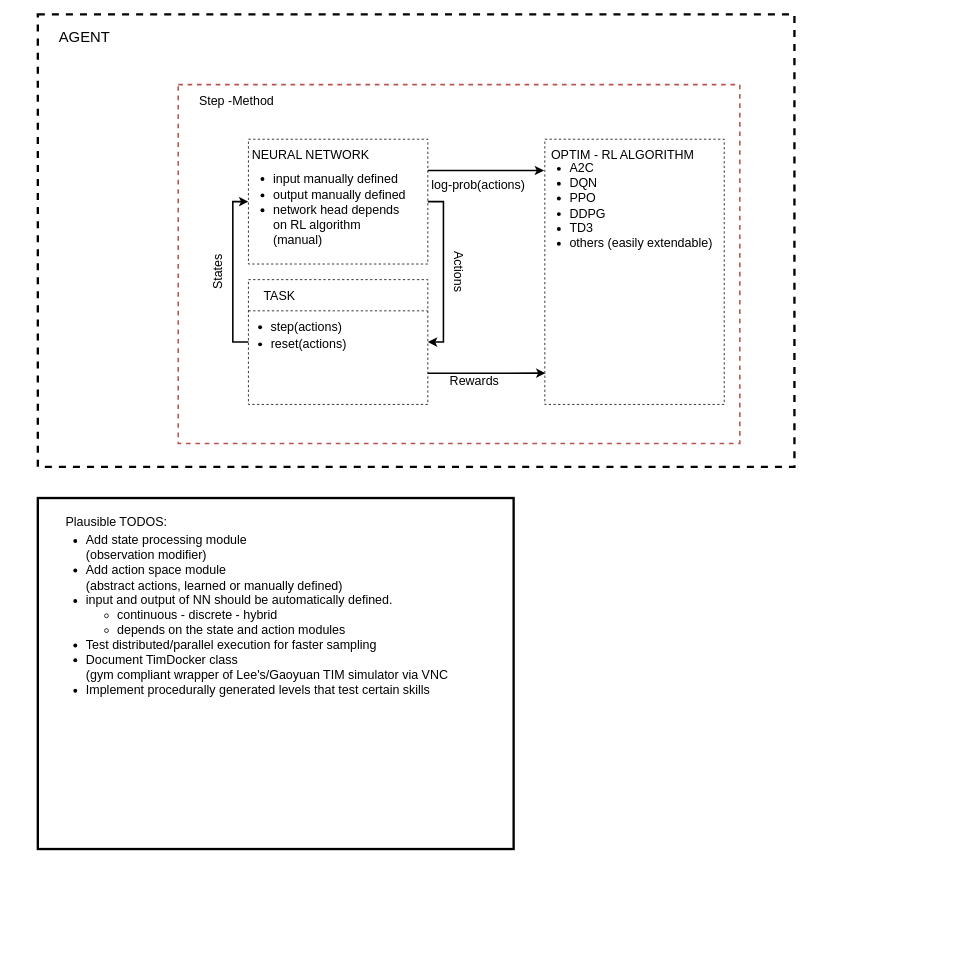
Earlier version of the draw.io diagram DeepRL-arch.drawio (aldopareja/figures). Source tidied: cells renumbered, new cells numbered last; positions are measured from the earlier drawing's top-left corner, leaving out a move shared by most shapes. Both pictures are drawn from the tidied source at 78%, with x=0, y=0 at pixel (37, 14).
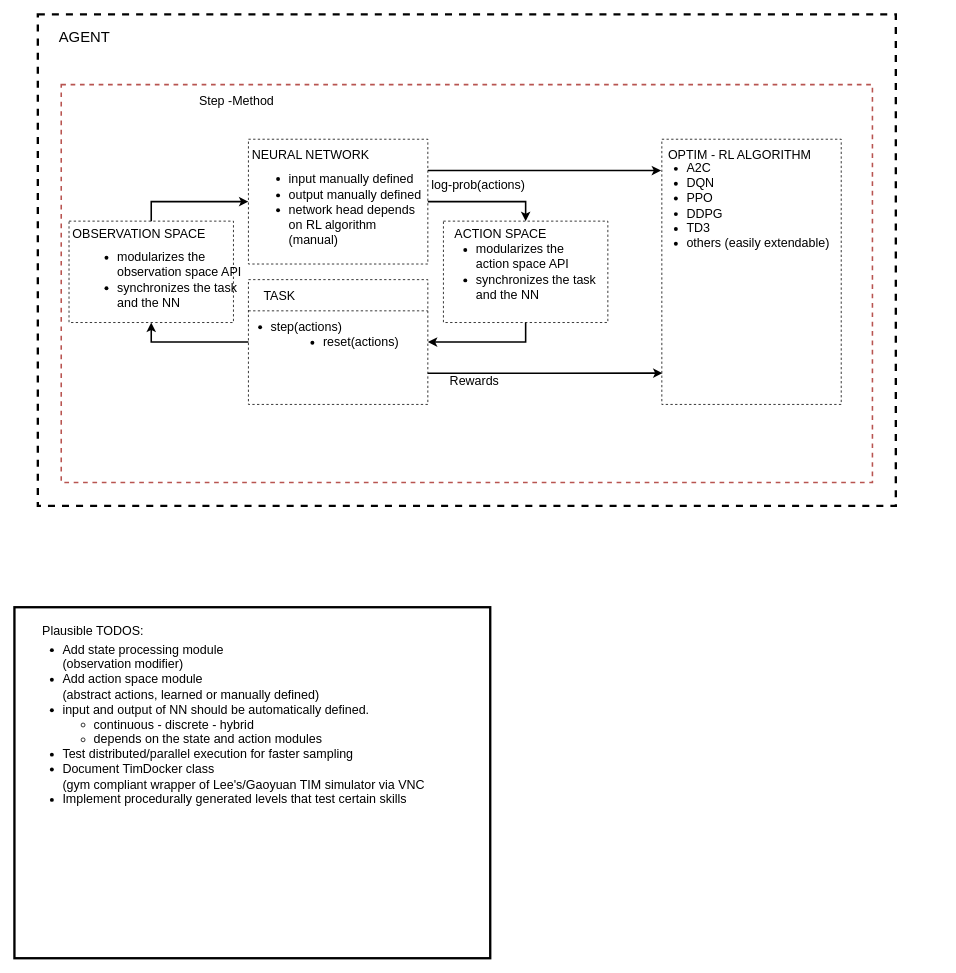
Above is the later version.

The change refers to these unchanged cells:
```xml
<mxCell id="7" style="group;" parent="3" vertex="1">
  <mxGeometry x="270" y="160" width="240" height="160" as="geometry" />
</mxCell>
<mxCell id="8" style="rounded=0;whiteSpace=wrap;html=1;dashed=1;fillColor=none;strokeWidth=1;" parent="7" vertex="1">
  <mxGeometry width="230" height="160" as="geometry" />
</mxCell>
<mxCell id="15" style="group;" parent="3" vertex="1">
  <mxGeometry x="270" y="340" width="230" height="160" as="geometry" />
</mxCell>
<mxCell id="16" style="rounded=0;whiteSpace=wrap;html=1;dashed=1;fillColor=none;strokeWidth=1;" parent="15" vertex="1">
  <mxGeometry width="230" height="160" as="geometry" />
</mxCell>
```

What changed in the source:
```diff
@@
-    <mxCell id="2" style="rounded=0;whiteSpace=wrap;html=1;strokeWidth=3;fillColor=none;fontSize=16;align=left;" parent="1" vertex="1">
-      <mxGeometry y="620" width="610" height="450" as="geometry" />
-    </mxCell>
     <mxCell id="3" style="group;" parent="1" vertex="1">
-      <mxGeometry width="1100" height="910" as="geometry" />
+      <mxGeometry width="1160" height="910" as="geometry" />
     </mxCell>
     <mxCell id="4" style="rounded=0;whiteSpace=wrap;html=1;dashed=1;fillColor=none;strokeWidth=3;" parent="3" vertex="1">
-      <mxGeometry width="970" height="580" as="geometry" />
+      <mxGeometry width="1100" height="630" as="geometry" />
     </mxCell>
     <mxCell id="5" style="rounded=0;whiteSpace=wrap;html=1;dashed=1;strokeWidth=2;fontSize=16;strokeColor=#b85450;fillColor=none;" parent="3" vertex="1">
-      <mxGeometry x="180" y="90" width="720" height="460" as="geometry" />
+      <mxGeometry x="30" y="90" width="1040" height="510" as="geometry" />
     </mxCell>
@@
-    <mxCell id="10" value="&lt;ul&gt;&lt;li&gt;input manually defined&lt;/li&gt;&lt;/ul&gt;" style="text;html=1;strokeColor=none;fillColor=none;align=left;verticalAlign=middle;whiteSpace=wrap;rounded=0;dashed=1;fontSize=16;" parent="7" vertex="1">
-      <mxGeometry x="-10" y="40" width="220" height="20" as="geometry" />
-    </mxCell>
-    <mxCell id="11" value="&lt;ul&gt;&lt;li&gt;output manually defined&lt;/li&gt;&lt;li&gt;network head depends on RL algorithm (manual)&lt;/li&gt;&lt;/ul&gt;" style="text;html=1;strokeColor=none;fillColor=none;align=left;verticalAlign=middle;whiteSpace=wrap;rounded=0;dashed=1;fontSize=16;" parent="7" vertex="1">
-      <mxGeometry x="-10" y="90" width="220" height="20" as="geometry" />
-    </mxCell>
@@
-    <mxCell id="13" value="Actions" style="text;html=1;strokeColor=none;fillColor=none;align=center;verticalAlign=middle;whiteSpace=wrap;rounded=0;dashed=1;fontSize=16;rotation=90;" parent="3" vertex="1">
-      <mxGeometry x="520" y="320" width="40" height="20" as="geometry" />
-    </mxCell>
-    <mxCell id="14" value="States" style="text;html=1;strokeColor=none;fillColor=none;align=center;verticalAlign=middle;whiteSpace=wrap;rounded=0;dashed=1;fontSize=16;rotation=-90;" parent="3" vertex="1">
-      <mxGeometry x="210" y="320" width="40" height="20" as="geometry" />
-    </mxCell>
@@
     <mxCell id="20" value="&lt;ul&gt;&lt;li&gt;reset(actions)&lt;/li&gt;&lt;/ul&gt;" style="text;html=1;strokeColor=none;fillColor=none;align=center;verticalAlign=middle;whiteSpace=wrap;rounded=0;dashed=1;fontSize=16;" parent="15" vertex="1">
-      <mxGeometry x="-17" y="72" width="149" height="20" as="geometry" />
+      <mxGeometry x="50" y="70" width="149" height="20" as="geometry" />
     </mxCell>
-    <mxCell id="21" style="edgeStyle=orthogonalEdgeStyle;rounded=0;jettySize=auto;html=1;exitX=1;exitY=0.5;exitDx=0;exitDy=0;entryX=1;entryY=0.5;entryDx=0;entryDy=0;strokeWidth=2;fontSize=16;" parent="3" edge="1" source="8" target="16">
-      <mxGeometry relative="1" as="geometry" />
-    </mxCell>
-    <mxCell id="22" style="edgeStyle=orthogonalEdgeStyle;rounded=0;jettySize=auto;html=1;exitX=0;exitY=0.5;exitDx=0;exitDy=0;entryX=0;entryY=0.5;entryDx=0;entryDy=0;strokeWidth=2;fontSize=16;" parent="3" edge="1" source="16" target="8">
-      <mxGeometry relative="1" as="geometry" />
-    </mxCell>
@@
     <mxCell id="27" style="group;" parent="3" vertex="1">
-      <mxGeometry x="650" y="160" width="240" height="340" as="geometry" />
+      <mxGeometry x="800" y="160" width="240" height="340" as="geometry" />
     </mxCell>
@@
+    <mxCell id="33" style="edgeStyle=orthogonalEdgeStyle;rounded=0;jettySize=auto;html=1;exitX=1;exitY=0.5;exitDx=0;exitDy=0;entryX=0.5;entryY=0;entryDx=0;entryDy=0;strokeWidth=2;" parent="3" edge="1" source="8" target="42">
+      <mxGeometry relative="1" as="geometry" />
+    </mxCell>
+    <mxCell id="34" style="edgeStyle=orthogonalEdgeStyle;rounded=0;jettySize=auto;html=1;exitX=0.5;exitY=1;exitDx=0;exitDy=0;entryX=1;entryY=0.5;entryDx=0;entryDy=0;strokeWidth=2;" parent="3" edge="1" source="42" target="16">
+      <mxGeometry relative="1" as="geometry" />
+    </mxCell>
+    <mxCell id="35" style="group;" parent="3" vertex="1">
+      <mxGeometry x="40" y="265" width="220" height="130" as="geometry" />
+    </mxCell>
+    <mxCell id="36" style="rounded=0;whiteSpace=wrap;html=1;dashed=1;fillColor=none;strokeWidth=1;" parent="35" vertex="1">
+      <mxGeometry width="210.8" height="130" as="geometry" />
+    </mxCell>
+    <mxCell id="37" value="OBSERVATION SPACE" style="text;html=1;strokeColor=none;fillColor=none;align=center;verticalAlign=middle;whiteSpace=wrap;rounded=0;dashed=1;fontSize=16;" parent="35" vertex="1">
+      <mxGeometry y="8.1" width="180" height="16.2" as="geometry" />
+    </mxCell>
+    <mxCell id="38" value="&lt;div&gt;&lt;br&gt;&lt;/div&gt;" style="text;html=1;strokeColor=none;fillColor=none;align=left;verticalAlign=middle;whiteSpace=wrap;rounded=0;dashed=1;fontSize=16;" parent="35" vertex="1">
+      <mxGeometry x="-9.2" y="73.1" width="201.7" height="16.2" as="geometry" />
+    </mxCell>
+    <mxCell id="39" style="edgeStyle=orthogonalEdgeStyle;rounded=0;jettySize=auto;html=1;exitX=0;exitY=0.5;exitDx=0;exitDy=0;entryX=0.5;entryY=1;entryDx=0;entryDy=0;strokeWidth=2;" parent="3" edge="1" source="16" target="36">
+      <mxGeometry relative="1" as="geometry" />
+    </mxCell>
+    <mxCell id="40" style="edgeStyle=orthogonalEdgeStyle;rounded=0;jettySize=auto;html=1;exitX=0.5;exitY=0;exitDx=0;exitDy=0;entryX=0;entryY=0.5;entryDx=0;entryDy=0;strokeWidth=2;" parent="3" edge="1" source="36" target="8">
+      <mxGeometry relative="1" as="geometry" />
+    </mxCell>
+    <mxCell id="41" style="group;" parent="3" vertex="1">
+      <mxGeometry x="520" y="265" width="220" height="130" as="geometry" />
+    </mxCell>
+    <mxCell id="42" style="rounded=0;whiteSpace=wrap;html=1;dashed=1;fillColor=none;strokeWidth=1;" parent="41" vertex="1">
+      <mxGeometry width="210.8" height="130" as="geometry" />
+    </mxCell>
+    <mxCell id="43" value="ACTION SPACE" style="text;html=1;strokeColor=none;fillColor=none;align=center;verticalAlign=middle;whiteSpace=wrap;rounded=0;dashed=1;fontSize=16;" parent="41" vertex="1">
+      <mxGeometry y="8.1" width="146.7" height="16.2" as="geometry" />
+    </mxCell>
+    <mxCell id="44" value="&lt;div&gt;&lt;br&gt;&lt;/div&gt;" style="text;html=1;strokeColor=none;fillColor=none;align=left;verticalAlign=middle;whiteSpace=wrap;rounded=0;dashed=1;fontSize=16;" parent="41" vertex="1">
+      <mxGeometry x="-9.2" y="73.1" width="201.7" height="16.2" as="geometry" />
+    </mxCell>
+    <mxCell id="45" value="&lt;ul&gt;&lt;li&gt;modularizes the action space API&lt;/li&gt;&lt;li&gt;synchronizes the task and the NN&lt;/li&gt;&lt;/ul&gt;" style="text;html=1;strokeColor=none;fillColor=none;align=left;verticalAlign=middle;whiteSpace=wrap;rounded=0;dashed=1;fontSize=16;" parent="41" vertex="1">
+      <mxGeometry y="56.9" width="201.7" height="16.2" as="geometry" />
+    </mxCell>
+    <mxCell id="46" style="group;" parent="1" vertex="1">
+      <mxGeometry x="-30" y="760" width="610" height="450" as="geometry" />
+    </mxCell>
+    <mxCell id="2" style="rounded=0;whiteSpace=wrap;html=1;strokeWidth=3;fillColor=none;fontSize=16;align=left;" parent="46" vertex="1">
+      <mxGeometry width="610" height="450" as="geometry" />
+    </mxCell>
-    <mxCell id="31" value="&lt;ul&gt;&lt;li&gt;&lt;span&gt;Add state processing module &lt;br&gt;(observation modifier)&lt;br&gt;&lt;/span&gt;&lt;/li&gt;&lt;li&gt;&lt;span&gt;Add action space module&lt;br&gt;(abstract actions, learned or manually defined)&lt;/span&gt;&lt;/li&gt;&lt;li&gt;&lt;span&gt;input and output of NN should be automatically defined.&lt;/span&gt;&lt;/li&gt;&lt;ul&gt;&lt;li&gt;continuous - discrete - hybrid&lt;/li&gt;&lt;li&gt;depends on the state and action modules&lt;/li&gt;&lt;/ul&gt;&lt;li&gt;Test distributed/parallel execution for faster sampling&lt;/li&gt;&lt;li&gt;Document TimDocker class &lt;br&gt;(gym compliant wrapper of Lee's/Gaoyuan TIM simulator via VNC&lt;/li&gt;&lt;li&gt;Implement procedurally generated levels that test certain skills&lt;/li&gt;&lt;/ul&gt;" style="text;html=1;strokeColor=none;fillColor=none;align=left;verticalAlign=middle;whiteSpace=wrap;rounded=0;fontSize=16;" parent="1" vertex="1">
-      <mxGeometry x="20" y="760" width="530" height="20" as="geometry" />
+    <mxCell id="31" value="&lt;ul&gt;&lt;li&gt;&lt;span&gt;Add state processing module &lt;br&gt;(observation modifier)&lt;br&gt;&lt;/span&gt;&lt;/li&gt;&lt;li&gt;&lt;span&gt;Add action space module&lt;br&gt;(abstract actions, learned or manually defined)&lt;/span&gt;&lt;/li&gt;&lt;li&gt;&lt;span&gt;input and output of NN should be automatically defined.&lt;/span&gt;&lt;/li&gt;&lt;ul&gt;&lt;li&gt;continuous - discrete - hybrid&lt;/li&gt;&lt;li&gt;depends on the state and action modules&lt;/li&gt;&lt;/ul&gt;&lt;li&gt;Test distributed/parallel execution for faster sampling&lt;/li&gt;&lt;li&gt;Document TimDocker class &lt;br&gt;(gym compliant wrapper of Lee's/Gaoyuan TIM simulator via VNC&lt;/li&gt;&lt;li&gt;Implement procedurally generated levels that test certain skills&lt;/li&gt;&lt;/ul&gt;" style="text;html=1;strokeColor=none;fillColor=none;align=left;verticalAlign=middle;whiteSpace=wrap;rounded=0;fontSize=16;" parent="46" vertex="1">
+      <mxGeometry x="20" y="140" width="530" height="20" as="geometry" />
     </mxCell>
-    <mxCell id="32" value="Plausible TODOS:" style="text;html=1;strokeColor=none;fillColor=none;align=center;verticalAlign=middle;whiteSpace=wrap;rounded=0;fontSize=16;" parent="1" vertex="1">
-      <mxGeometry x="31" y="640" width="140" height="20" as="geometry" />
+    <mxCell id="32" value="Plausible TODOS:" style="text;html=1;strokeColor=none;fillColor=none;align=center;verticalAlign=middle;whiteSpace=wrap;rounded=0;fontSize=16;" parent="46" vertex="1">
+      <mxGeometry x="31" y="20" width="140" height="20" as="geometry" />
     </mxCell>
+    <mxCell id="47" value="&lt;ul&gt;&lt;li&gt;modularizes the observation space API&lt;/li&gt;&lt;li&gt;synchronizes the task and the NN&lt;/li&gt;&lt;/ul&gt;" style="text;html=1;strokeColor=none;fillColor=none;align=left;verticalAlign=middle;whiteSpace=wrap;rounded=0;dashed=1;fontSize=16;" parent="1" vertex="1">
+      <mxGeometry x="60" y="332" width="201.7" height="16.2" as="geometry" />
+    </mxCell>
+    <mxCell id="10" value="&lt;ul&gt;&lt;li&gt;input manually defined&lt;/li&gt;&lt;/ul&gt;" style="text;html=1;strokeColor=none;fillColor=none;align=left;verticalAlign=middle;whiteSpace=wrap;rounded=0;dashed=1;fontSize=16;" parent="1" vertex="1">
+      <mxGeometry x="280" y="200" width="220" height="20" as="geometry" />
+    </mxCell>
+    <mxCell id="11" value="&lt;ul&gt;&lt;li&gt;output manually defined&lt;/li&gt;&lt;li&gt;network head depends on RL algorithm (manual)&lt;/li&gt;&lt;/ul&gt;" style="text;html=1;strokeColor=none;fillColor=none;align=left;verticalAlign=middle;whiteSpace=wrap;rounded=0;dashed=1;fontSize=16;" parent="1" vertex="1">
+      <mxGeometry x="280" y="250" width="220" height="20" as="geometry" />
+    </mxCell>
```
